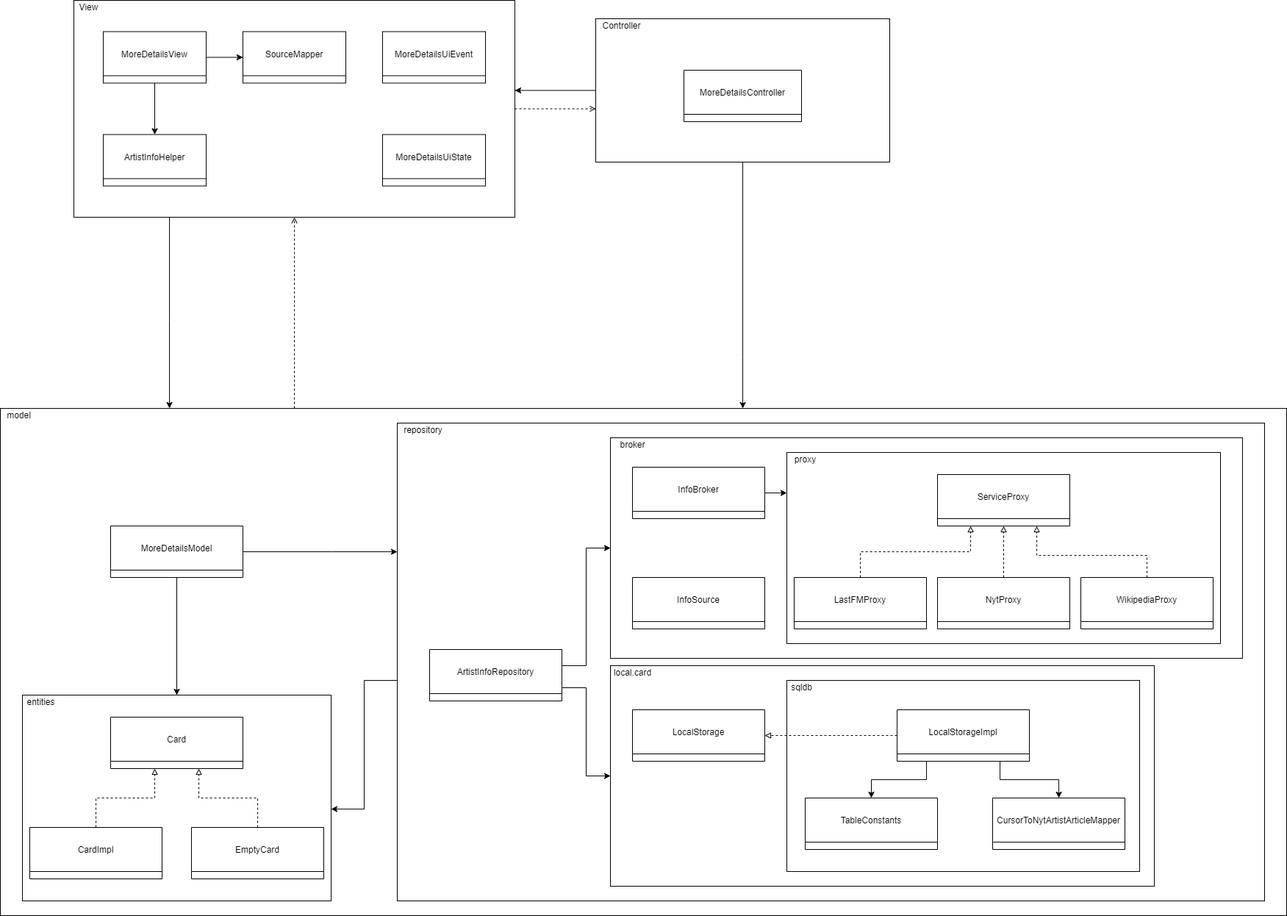
Above: docs/moreDetails_classes_diagram.png in FerminAlvarez/Libreria-NY3-AyDS22 (draw.io), before the change. Source tidied: cells renumbered, new cells last; positions are measured from the earlier drawing's top-left corner, leaving out a move shared by most shapes.
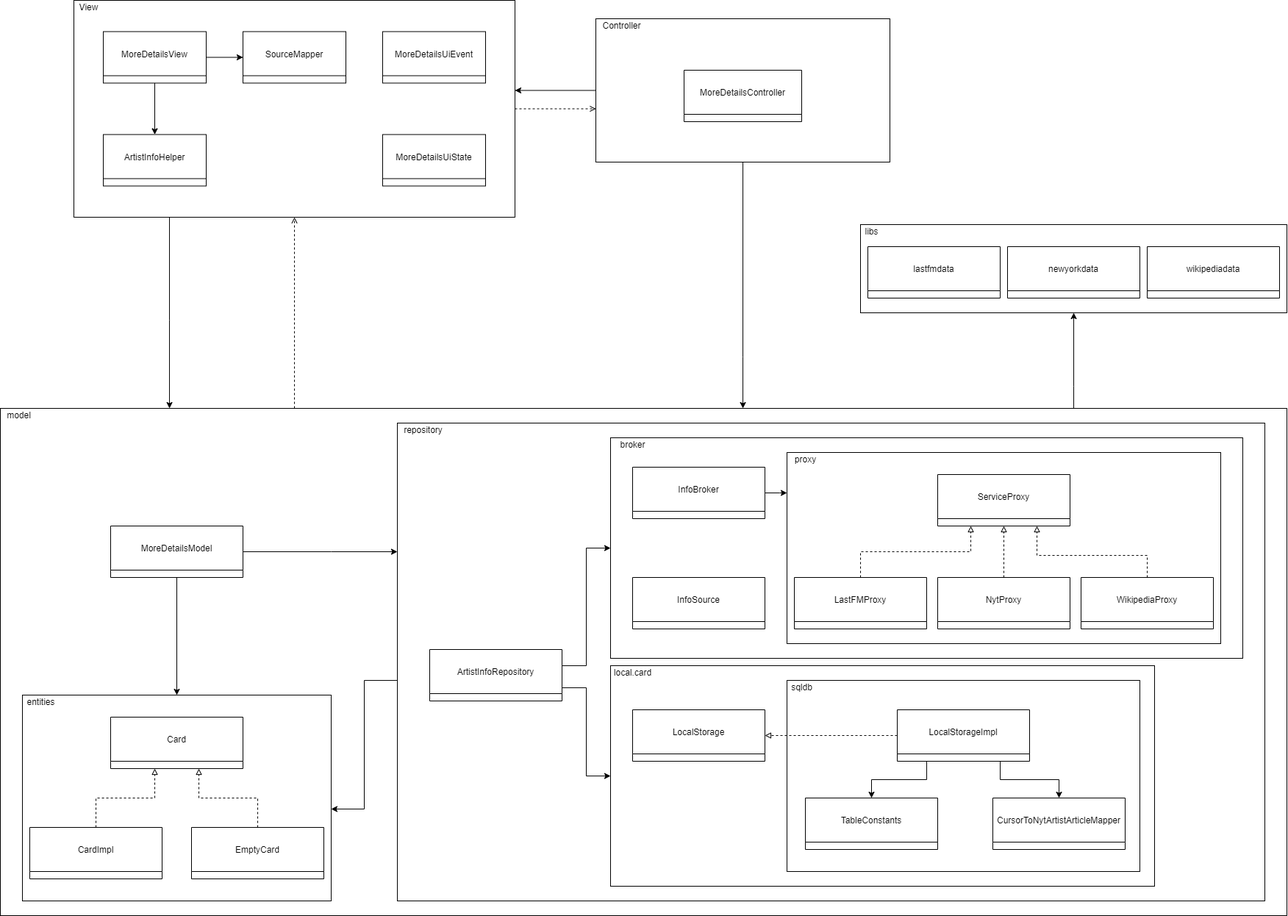
After the commit.

Change to the diagram source:
```diff
@@ -10,6 +10,14 @@
         </Array>
       </mxGeometry>
     </mxCell>
+    <mxCell id="62" style="edgeStyle=orthogonalEdgeStyle;rounded=0;jettySize=auto;html=1;" parent="1" edge="1" source="3" target="63">
+      <mxGeometry relative="1" as="geometry">
+        <Array as="points">
+          <mxPoint x="1460" y="525" />
+          <mxPoint x="1460" y="525" />
+        </Array>
+      </mxGeometry>
+    </mxCell>
     <mxCell id="3" style="rounded=0;whiteSpace=wrap;html=1;" parent="1" vertex="1">
       <mxGeometry y="555" width="1750" height="690" as="geometry" />
     </mxCell>
@@ -262,5 +270,20 @@
     <mxCell id="61" value="InfoSource" style="swimlane;fontStyle=0;horizontal=1;startSize=60;" parent="1" vertex="1">
       <mxGeometry x="860" y="785" width="180" height="70" as="geometry" />
     </mxCell>
+    <mxCell id="63" style="rounded=0;whiteSpace=wrap;html=1;" parent="1" vertex="1">
+      <mxGeometry x="1170" y="305" width="580" height="120" as="geometry" />
+    </mxCell>
+    <mxCell id="64" value="libs" style="text;html=1;align=center;verticalAlign=middle;strokeColor=none;fillColor=none;" parent="1" vertex="1">
+      <mxGeometry x="1170" y="305" width="30" height="20" as="geometry" />
+    </mxCell>
+    <mxCell id="65" value="lastfmdata" style="swimlane;fontStyle=0;horizontal=1;startSize=60;" parent="1" vertex="1">
+      <mxGeometry x="1180" y="335" width="180" height="70" as="geometry" />
+    </mxCell>
+    <mxCell id="66" value="newyorkdata" style="swimlane;fontStyle=0;horizontal=1;startSize=60;" parent="1" vertex="1">
+      <mxGeometry x="1370" y="335" width="180" height="70" as="geometry" />
+    </mxCell>
+    <mxCell id="67" value="wikipediadata" style="swimlane;fontStyle=0;horizontal=1;startSize=60;" parent="1" vertex="1">
+      <mxGeometry x="1560" y="335" width="180" height="70" as="geometry" />
+    </mxCell>
   </root>
 </mxGraphModel>
```
